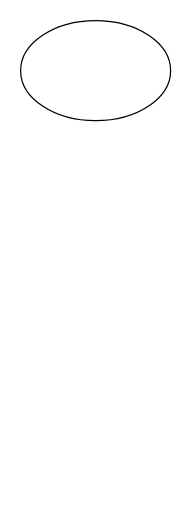
Before: 未命名绘图.drawio in jossezs/draw.io, a draw.io diagram. Source tidied: cells renumbered, new cells numbered last; positions are measured from the earlier drawing's top-left corner, leaving out a move shared by most shapes. Both pictures are drawn from the tidied source at 125%, with x=0, y=0 at pixel (20, 20).
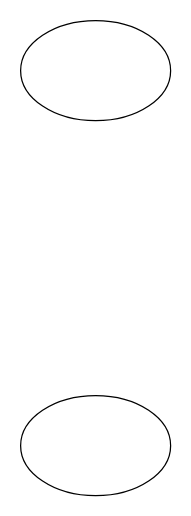
After the change.

Commit message:
更新未命名绘图.drawio

The edit, as a diff of the source:
```diff
@@
 <mxGraphModel>
   <root>
     <mxCell id="0" />
     <mxCell id="1" parent="0" />
     <mxCell id="2" style="ellipse;whiteSpace=wrap;html=1;" parent="1" vertex="1">
       <mxGeometry width="120" height="80" as="geometry" />
     </mxCell>
+    <mxCell id="3" style="ellipse;whiteSpace=wrap;html=1;" parent="1" vertex="1">
+      <mxGeometry y="300" width="120" height="80" as="geometry" />
+    </mxCell>
   </root>
 </mxGraphModel>
```
